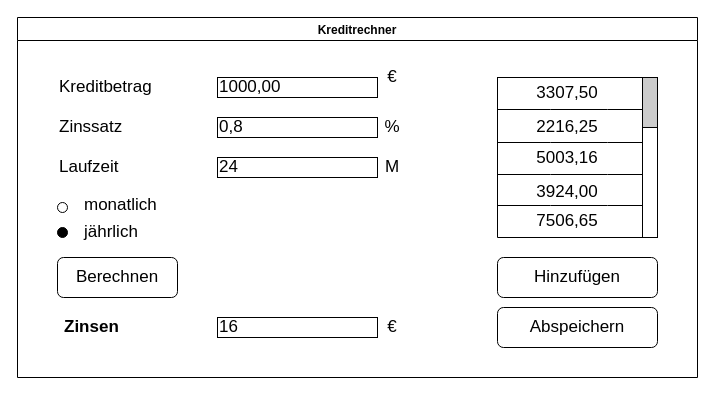
maxlautenbach/se-portfolio-gruppe4 keeps this draw.io diagram as modelling/MockUp.drawio. Above is the earlier version. Source tidied: cells renumbered, new cells numbered last; positions are measured from the earlier drawing's top-left corner, leaving out a move shared by most shapes. Both pictures are drawn from the tidied source at 100%, with x=0, y=0 at pixel (17, 17).
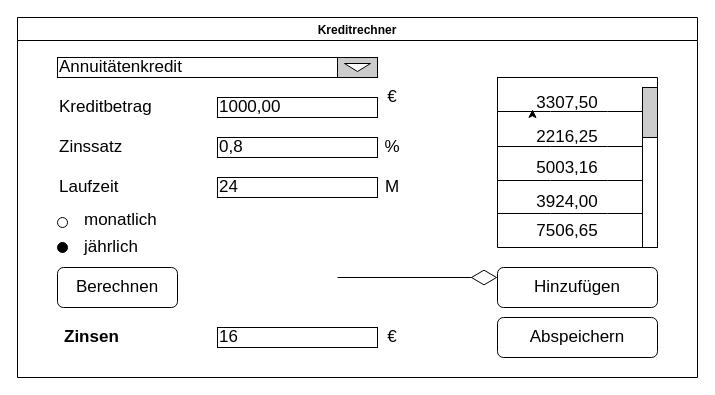
The same diagram, later.

Unchanged cells that the change refers to:
```xml
<mxCell id="2" value="Kreditrechner" style="swimlane;" parent="1" vertex="1">
  <mxGeometry width="680" height="360" as="geometry" />
</mxCell>
```

Diff of the diagram source:
```diff
@@
     <mxCell id="3" value="Kreditbetrag" style="text;html=1;strokeColor=none;fillColor=none;align=left;verticalAlign=middle;whiteSpace=wrap;rounded=0;fontSize=17;" parent="2" vertex="1">
-      <mxGeometry x="40" y="50" width="140" height="40" as="geometry" />
+      <mxGeometry x="40" y="70" width="140" height="40" as="geometry" />
     </mxCell>
     <mxCell id="4" value="Zinssatz" style="text;html=1;strokeColor=none;fillColor=none;align=left;verticalAlign=middle;whiteSpace=wrap;rounded=0;fontSize=17;" parent="2" vertex="1">
-      <mxGeometry x="40" y="90" width="140" height="40" as="geometry" />
+      <mxGeometry x="40" y="110" width="140" height="40" as="geometry" />
     </mxCell>
     <mxCell id="5" value="Laufzeit" style="text;html=1;strokeColor=none;fillColor=none;align=left;verticalAlign=middle;whiteSpace=wrap;rounded=0;fontSize=17;" parent="2" vertex="1">
-      <mxGeometry x="40" y="130" width="110" height="40" as="geometry" />
+      <mxGeometry x="40" y="150" width="110" height="40" as="geometry" />
     </mxCell>
     <mxCell id="6" value="Zinsen" style="text;html=1;strokeColor=none;fillColor=none;align=left;verticalAlign=middle;whiteSpace=wrap;rounded=0;fontSize=17;fontStyle=1;" parent="2" vertex="1">
-      <mxGeometry x="45" y="290" width="100" height="40" as="geometry" />
+      <mxGeometry x="45" y="300" width="100" height="40" as="geometry" />
     </mxCell>
     <mxCell id="7" style="ellipse;whiteSpace=wrap;html=1;fontSize=17;align=left;" parent="2" vertex="1">
-      <mxGeometry x="40" y="185" width="10" height="10" as="geometry" />
+      <mxGeometry x="40" y="200" width="10" height="10" as="geometry" />
     </mxCell>
     <mxCell id="8" value="monatlich" style="text;html=1;strokeColor=none;fillColor=none;align=left;verticalAlign=middle;whiteSpace=wrap;rounded=0;labelBackgroundColor=none;fontSize=17;" parent="2" vertex="1">
-      <mxGeometry x="65" y="180" width="85" height="15" as="geometry" />
+      <mxGeometry x="65" y="195" width="85" height="15" as="geometry" />
     </mxCell>
     <mxCell id="9" value="jährlich" style="text;html=1;strokeColor=none;fillColor=none;align=left;verticalAlign=middle;whiteSpace=wrap;rounded=0;labelBackgroundColor=none;fontSize=17;" parent="2" vertex="1">
-      <mxGeometry x="65" y="210" width="40" height="10" as="geometry" />
+      <mxGeometry x="65" y="225" width="40" height="10" as="geometry" />
     </mxCell>
     <mxCell id="10" style="ellipse;whiteSpace=wrap;html=1;fontSize=17;align=left;labelBackgroundColor=none;labelBorderColor=none;fillColor=#000000;" parent="2" vertex="1">
-      <mxGeometry x="40" y="210" width="10" height="10" as="geometry" />
+      <mxGeometry x="40" y="225" width="10" height="10" as="geometry" />
     </mxCell>
     <mxCell id="11" value="Berechnen" style="rounded=1;whiteSpace=wrap;html=1;labelBackgroundColor=none;fontSize=17;align=center;fillColor=#FFFFFF;" parent="2" vertex="1">
-      <mxGeometry x="40" y="240" width="120" height="40" as="geometry" />
+      <mxGeometry x="40" y="250" width="120" height="40" as="geometry" />
     </mxCell>
     <mxCell id="12" value="1000,00" style="rounded=0;whiteSpace=wrap;html=1;labelBackgroundColor=none;fontSize=17;fillColor=#FFFFFF;align=left;" parent="2" vertex="1">
-      <mxGeometry x="200" y="60" width="160" height="20" as="geometry" />
+      <mxGeometry x="200" y="80" width="160" height="20" as="geometry" />
     </mxCell>
     <mxCell id="13" value="0,8" style="rounded=0;whiteSpace=wrap;html=1;labelBackgroundColor=none;fontSize=17;fillColor=#FFFFFF;align=left;" parent="2" vertex="1">
-      <mxGeometry x="200" y="100" width="160" height="20" as="geometry" />
+      <mxGeometry x="200" y="120" width="160" height="20" as="geometry" />
     </mxCell>
     <mxCell id="14" value="24" style="rounded=0;whiteSpace=wrap;html=1;labelBackgroundColor=none;fontSize=17;fillColor=#FFFFFF;align=left;" parent="2" vertex="1">
-      <mxGeometry x="200" y="140" width="160" height="20" as="geometry" />
+      <mxGeometry x="200" y="160" width="160" height="20" as="geometry" />
     </mxCell>
     <mxCell id="15" value="16" style="rounded=0;whiteSpace=wrap;html=1;labelBackgroundColor=none;fontSize=17;fillColor=#FFFFFF;align=left;" parent="2" vertex="1">
-      <mxGeometry x="200" y="300" width="160" height="20" as="geometry" />
+      <mxGeometry x="200" y="310" width="160" height="20" as="geometry" />
     </mxCell>
     <mxCell id="16" value="Hinzufügen" style="rounded=1;whiteSpace=wrap;html=1;labelBackgroundColor=none;fontSize=17;align=center;fillColor=#FFFFFF;" parent="2" vertex="1">
-      <mxGeometry x="480" y="240" width="160" height="40" as="geometry" />
+      <mxGeometry x="480" y="250" width="160" height="40" as="geometry" />
     </mxCell>
     <mxCell id="17" value="Abspeichern" style="rounded=1;whiteSpace=wrap;html=1;labelBackgroundColor=none;fontSize=17;align=center;fillColor=#FFFFFF;" parent="2" vertex="1">
-      <mxGeometry x="480" y="290" width="160" height="40" as="geometry" />
+      <mxGeometry x="480" y="300" width="160" height="40" as="geometry" />
     </mxCell>
     <mxCell id="18" value="%" style="text;html=1;strokeColor=none;fillColor=none;align=center;verticalAlign=middle;whiteSpace=wrap;rounded=0;labelBackgroundColor=none;fontSize=17;" parent="2" vertex="1">
-      <mxGeometry x="360" y="100" width="30" height="20" as="geometry" />
+      <mxGeometry x="360" y="120" width="30" height="20" as="geometry" />
     </mxCell>
     <mxCell id="19" value="M" style="text;html=1;strokeColor=none;fillColor=none;align=center;verticalAlign=middle;whiteSpace=wrap;rounded=0;labelBackgroundColor=none;fontSize=17;" parent="2" vertex="1">
-      <mxGeometry x="360" y="140" width="30" height="20" as="geometry" />
+      <mxGeometry x="360" y="160" width="30" height="20" as="geometry" />
     </mxCell>
     <mxCell id="20" value="€" style="text;html=1;strokeColor=none;fillColor=none;align=center;verticalAlign=middle;whiteSpace=wrap;rounded=0;labelBackgroundColor=none;fontSize=17;" parent="2" vertex="1">
-      <mxGeometry x="360" y="300" width="30" height="20" as="geometry" />
+      <mxGeometry x="360" y="310" width="30" height="20" as="geometry" />
     </mxCell>
     <mxCell id="21" style="shape=table;html=1;whiteSpace=wrap;startSize=0;childLayout=tableLayout;labelBackgroundColor=none;fontSize=17;fillColor=#FFFFFF;align=left;columnLines=0;" parent="2" vertex="1">
-      <mxGeometry x="480" y="60" width="160" height="160" as="geometry" />
+      <mxGeometry x="480" y="60" width="160" height="170" as="geometry" />
     </mxCell>
     <mxCell id="22" style="shape=partialRectangle;html=1;whiteSpace=wrap;fillColor=none;top=0;left=0;bottom=0;right=0;" parent="21" vertex="1">
-      <mxGeometry width="160" height="32" as="geometry" />
+      <mxGeometry width="160" height="34" as="geometry" />
     </mxCell>
     <mxCell id="23" style="shape=partialRectangle;html=1;whiteSpace=wrap;fillColor=none;top=0;left=0;bottom=0;right=0;overflow=hidden;" parent="22" vertex="1">
-      <mxGeometry width="53" height="32" as="geometry" />
+      <mxGeometry width="53" height="34" as="geometry" />
     </mxCell>
     <mxCell id="24" style="shape=partialRectangle;html=1;whiteSpace=wrap;fillColor=none;top=0;left=0;bottom=0;right=0;overflow=hidden;align=left;" parent="22" vertex="1">
-      <mxGeometry x="53" width="57" height="32" as="geometry" />
+      <mxGeometry x="53" width="57" height="34" as="geometry" />
     </mxCell>
     <mxCell id="25" style="shape=partialRectangle;html=1;whiteSpace=wrap;fillColor=none;top=0;left=0;bottom=0;right=0;overflow=hidden;" parent="22" vertex="1">
-      <mxGeometry x="110" width="50" height="32" as="geometry" />
+      <mxGeometry x="110" width="50" height="34" as="geometry" />
     </mxCell>
     <mxCell id="26" style="shape=partialRectangle;html=1;whiteSpace=wrap;fillColor=none;top=0;left=0;bottom=0;right=0;points=[[0,0.5],[1,0.5]];portConstraint=eastwest;" parent="21" vertex="1">
-      <mxGeometry y="32" width="160" height="33" as="geometry" />
+      <mxGeometry y="34" width="160" height="35" as="geometry" />
     </mxCell>
     <mxCell id="27" style="shape=partialRectangle;html=1;whiteSpace=wrap;fillColor=none;top=0;left=0;bottom=0;right=0;overflow=hidden;" parent="26" vertex="1">
-      <mxGeometry width="53" height="33" as="geometry" />
+      <mxGeometry width="53" height="35" as="geometry" />
     </mxCell>
     <mxCell id="28" style="shape=partialRectangle;html=1;whiteSpace=wrap;fillColor=none;top=0;left=0;bottom=0;right=0;overflow=hidden;" parent="26" vertex="1">
-      <mxGeometry x="53" width="57" height="33" as="geometry" />
+      <mxGeometry x="53" width="57" height="35" as="geometry" />
     </mxCell>
     <mxCell id="29" style="shape=partialRectangle;html=1;whiteSpace=wrap;fillColor=none;top=0;left=0;bottom=0;right=0;overflow=hidden;" parent="26" vertex="1">
-      <mxGeometry x="110" width="50" height="33" as="geometry" />
+      <mxGeometry x="110" width="50" height="35" as="geometry" />
     </mxCell>
     <mxCell id="30" style="shape=partialRectangle;html=1;whiteSpace=wrap;fillColor=none;top=0;left=0;bottom=0;right=0;" parent="21" vertex="1">
-      <mxGeometry y="65" width="160" height="32" as="geometry" />
+      <mxGeometry y="69" width="160" height="34" as="geometry" />
     </mxCell>
     <mxCell id="31" style="shape=partialRectangle;html=1;whiteSpace=wrap;fillColor=none;top=0;left=0;bottom=0;right=0;overflow=hidden;" parent="30" vertex="1">
-      <mxGeometry width="53" height="32" as="geometry" />
+      <mxGeometry width="53" height="34" as="geometry" />
     </mxCell>
     <mxCell id="32" style="shape=partialRectangle;html=1;whiteSpace=wrap;fillColor=none;top=0;left=0;bottom=0;right=0;overflow=hidden;" parent="30" vertex="1">
-      <mxGeometry x="53" width="57" height="32" as="geometry" />
+      <mxGeometry x="53" width="57" height="34" as="geometry" />
     </mxCell>
     <mxCell id="33" style="shape=partialRectangle;html=1;whiteSpace=wrap;fillColor=none;top=0;left=0;bottom=0;right=0;overflow=hidden;" parent="30" vertex="1">
-      <mxGeometry x="110" width="50" height="32" as="geometry" />
+      <mxGeometry x="110" width="50" height="34" as="geometry" />
     </mxCell>
     <mxCell id="34" style="shape=partialRectangle;html=1;whiteSpace=wrap;fillColor=none;top=0;left=0;bottom=0;right=0;" parent="21" vertex="1">
-      <mxGeometry y="97" width="160" height="31" as="geometry" />
+      <mxGeometry y="103" width="160" height="33" as="geometry" />
     </mxCell>
     <mxCell id="35" style="shape=partialRectangle;html=1;whiteSpace=wrap;fillColor=none;top=0;left=0;bottom=0;right=0;overflow=hidden;" parent="34" vertex="1">
-      <mxGeometry width="53" height="31" as="geometry" />
+      <mxGeometry width="53" height="33" as="geometry" />
     </mxCell>
     <mxCell id="36" style="shape=partialRectangle;html=1;whiteSpace=wrap;fillColor=none;top=0;left=0;bottom=0;right=0;overflow=hidden;" parent="34" vertex="1">
-      <mxGeometry x="53" width="57" height="31" as="geometry" />
+      <mxGeometry x="53" width="57" height="33" as="geometry" />
     </mxCell>
     <mxCell id="37" style="shape=partialRectangle;html=1;whiteSpace=wrap;fillColor=none;top=0;left=0;bottom=0;right=0;overflow=hidden;" parent="34" vertex="1">
-      <mxGeometry x="110" width="50" height="31" as="geometry" />
+      <mxGeometry x="110" width="50" height="33" as="geometry" />
     </mxCell>
     <mxCell id="38" style="shape=partialRectangle;html=1;whiteSpace=wrap;fillColor=none;top=0;left=0;bottom=0;right=0;" parent="21" vertex="1">
-      <mxGeometry y="128" width="160" height="32" as="geometry" />
+      <mxGeometry y="136" width="160" height="34" as="geometry" />
     </mxCell>
     <mxCell id="39" style="shape=partialRectangle;html=1;whiteSpace=wrap;fillColor=none;top=0;left=0;bottom=0;right=0;overflow=hidden;" parent="38" vertex="1">
-      <mxGeometry width="53" height="32" as="geometry" />
+      <mxGeometry width="53" height="34" as="geometry" />
     </mxCell>
     <mxCell id="40" style="shape=partialRectangle;html=1;whiteSpace=wrap;fillColor=none;top=0;left=0;bottom=0;right=0;overflow=hidden;" parent="38" vertex="1">
-      <mxGeometry x="53" width="57" height="32" as="geometry" />
+      <mxGeometry x="53" width="57" height="34" as="geometry" />
     </mxCell>
     <mxCell id="41" style="shape=partialRectangle;html=1;whiteSpace=wrap;fillColor=none;top=0;left=0;bottom=0;right=0;overflow=hidden;" parent="38" vertex="1">
-      <mxGeometry x="110" width="50" height="32" as="geometry" />
+      <mxGeometry x="110" width="50" height="34" as="geometry" />
     </mxCell>
+    <mxCell id="50" style="edgeStyle=orthogonalEdgeStyle;rounded=0;jettySize=auto;html=1;exitX=0.25;exitY=1;exitDx=0;exitDy=0;entryX=0.219;entryY=-0.061;entryDx=0;entryDy=0;entryPerimeter=0;fontSize=17;" parent="2" edge="1" source="42" target="26">
+      <mxGeometry relative="1" as="geometry" />
+    </mxCell>
     <mxCell id="42" value="3307,50" style="text;html=1;strokeColor=none;fillColor=none;align=center;verticalAlign=middle;whiteSpace=wrap;rounded=0;labelBackgroundColor=none;fontSize=17;" parent="2" vertex="1">
-      <mxGeometry x="480" y="66" width="140" height="20" as="geometry" />
+      <mxGeometry x="480" y="76" width="140" height="20" as="geometry" />
     </mxCell>
     <mxCell id="43" value="2216,25" style="text;html=1;strokeColor=none;fillColor=none;align=center;verticalAlign=middle;whiteSpace=wrap;rounded=0;labelBackgroundColor=none;fontSize=17;" parent="2" vertex="1">
-      <mxGeometry x="480" y="100" width="140" height="20" as="geometry" />
+      <mxGeometry x="480" y="110" width="140" height="20" as="geometry" />
     </mxCell>
     <mxCell id="44" value="5003,16" style="text;html=1;strokeColor=none;fillColor=none;align=center;verticalAlign=middle;whiteSpace=wrap;rounded=0;labelBackgroundColor=none;fontSize=17;" parent="2" vertex="1">
-      <mxGeometry x="480" y="131" width="140" height="20" as="geometry" />
+      <mxGeometry x="480" y="141" width="140" height="20" as="geometry" />
     </mxCell>
     <mxCell id="45" value="3924,00" style="text;html=1;strokeColor=none;fillColor=none;align=center;verticalAlign=middle;whiteSpace=wrap;rounded=0;labelBackgroundColor=none;fontSize=17;" parent="2" vertex="1">
-      <mxGeometry x="480" y="165" width="140" height="20" as="geometry" />
+      <mxGeometry x="480" y="175" width="140" height="20" as="geometry" />
     </mxCell>
     <mxCell id="46" value="7506,65" style="text;html=1;strokeColor=none;fillColor=none;align=center;verticalAlign=middle;whiteSpace=wrap;rounded=0;labelBackgroundColor=none;fontSize=17;" parent="2" vertex="1">
-      <mxGeometry x="480" y="194" width="140" height="20" as="geometry" />
+      <mxGeometry x="480" y="204" width="140" height="20" as="geometry" />
     </mxCell>
     <mxCell id="47" style="rounded=0;whiteSpace=wrap;html=1;labelBackgroundColor=none;fontSize=17;fillColor=#FFFFFF;gradientColor=none;align=left;" parent="2" vertex="1">
-      <mxGeometry x="625" y="60" width="15" height="160" as="geometry" />
+      <mxGeometry x="625" y="70" width="15" height="160" as="geometry" />
     </mxCell>
     <mxCell id="48" style="rounded=0;whiteSpace=wrap;html=1;labelBackgroundColor=none;fontSize=17;gradientColor=none;align=left;fillColor=#CCCCCC;" parent="2" vertex="1">
-      <mxGeometry x="625" y="60" width="15" height="50" as="geometry" />
+      <mxGeometry x="625" y="70" width="15" height="50" as="geometry" />
     </mxCell>
+    <mxCell id="51" value="Annuitätenkredit" style="rounded=0;whiteSpace=wrap;html=1;labelBackgroundColor=none;fontSize=17;gradientColor=none;align=left;fillColor=#FFFFFF;" parent="2" vertex="1">
+      <mxGeometry x="40" y="40" width="320" height="20" as="geometry" />
+    </mxCell>
+    <mxCell id="52" style="rounded=0;whiteSpace=wrap;html=1;labelBackgroundColor=none;fontSize=17;gradientColor=none;align=left;fillColor=#CCCCCC;" parent="2" vertex="1">
+      <mxGeometry x="320" y="40" width="40" height="20" as="geometry" />
+    </mxCell>
+    <mxCell id="53" style="triangle;whiteSpace=wrap;html=1;labelBackgroundColor=none;fontSize=17;gradientColor=none;align=left;fillColor=#FFFFFF;rotation=90;" parent="2" vertex="1">
+      <mxGeometry x="336" y="37" width="8" height="26" as="geometry" />
+    </mxCell>
     <mxCell id="49" value="€" style="text;html=1;strokeColor=none;fillColor=none;align=center;verticalAlign=middle;whiteSpace=wrap;rounded=0;labelBackgroundColor=none;fontSize=17;" parent="1" vertex="1">
-      <mxGeometry x="360" y="50" width="30" height="20" as="geometry" />
+      <mxGeometry x="360" y="70" width="30" height="20" as="geometry" />
     </mxCell>
+    <mxCell id="54" style="endArrow=diamondThin;endFill=0;endSize=24;html=1;fontSize=17;" parent="1" edge="1">
+      <mxGeometry relative="1" as="geometry">
+        <mxPoint x="320" y="260" as="sourcePoint" />
+        <mxPoint x="480" y="260" as="targetPoint" />
+      </mxGeometry>
+    </mxCell>
```
